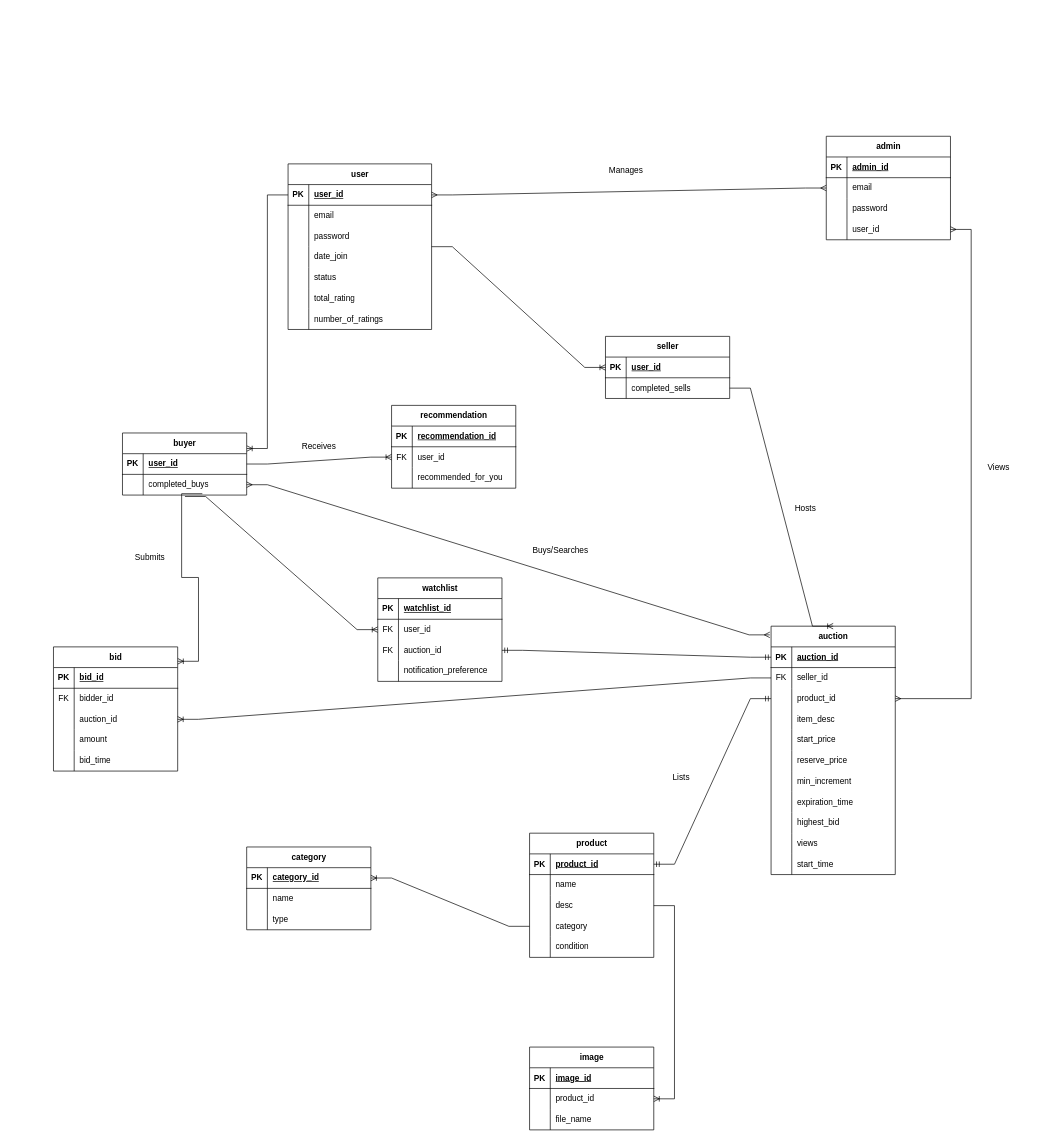
The draw.io diagram Untitled Diagram.drawio in TufayelM/auction_website, before the edit. Source tidied: cells renumbered, new cells numbered last; positions are measured from the earlier drawing's top-left corner, leaving out a move shared by most shapes. Both pictures are drawn from the tidied source at 69%, with x=0, y=0 at pixel (53, 136).
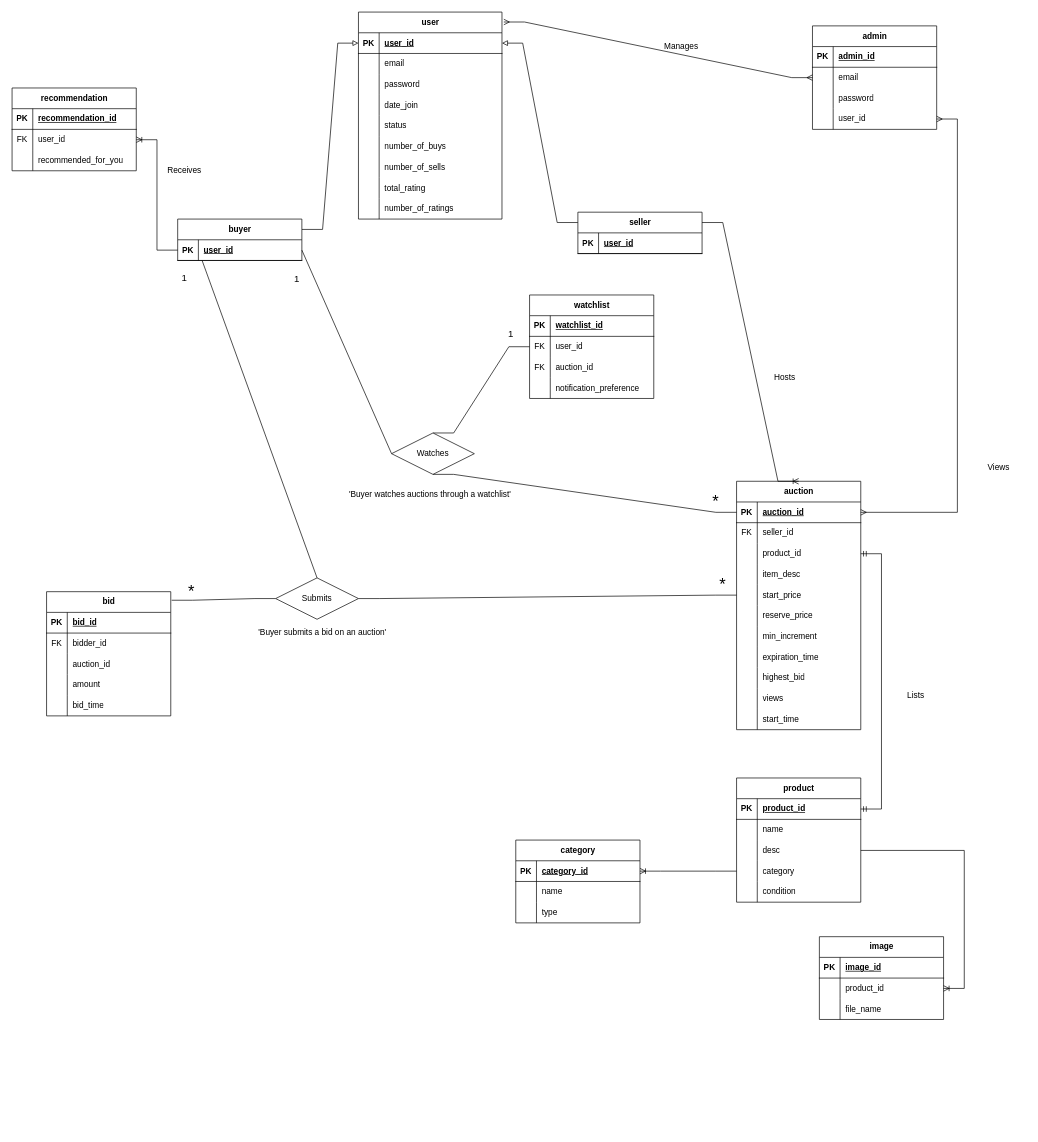
The same diagram, later.

Commit message:
Post Feedback2

The change refers to these unchanged cells:
```xml
<mxCell id="3" style="shape=tableRow;horizontal=0;startSize=0;swimlaneHead=0;swimlaneBody=0;fillColor=none;points=[[0,0.5],[1,0.5]];portConstraint=eastwest;top=0;left=0;right=0;bottom=1;" parent="2" vertex="1">
  <mxGeometry y="30" width="208" height="30" as="geometry" />
</mxCell>
<mxCell id="18" style="shape=tableRow;horizontal=0;startSize=0;swimlaneHead=0;swimlaneBody=0;fillColor=none;top=0;left=0;right=0;bottom=0;" parent="2" vertex="1">
  <mxGeometry y="180" width="208" height="30" as="geometry" />
</mxCell>
<mxCell id="31" style="shape=tableRow;horizontal=0;startSize=0;swimlaneHead=0;swimlaneBody=0;fillColor=none;points=[[0,0.5],[1,0.5]];portConstraint=eastwest;top=0;left=0;right=0;bottom=0;" parent="24" vertex="1">
  <mxGeometry y="90" width="180" height="30" as="geometry" />
</mxCell>
<mxCell id="41" style="shape=tableRow;horizontal=0;startSize=0;swimlaneHead=0;swimlaneBody=0;fillColor=none;points=[[0,0.5],[1,0.5]];portConstraint=eastwest;top=0;left=0;right=0;bottom=1;" parent="40" vertex="1">
  <mxGeometry y="30" width="180" height="30" as="geometry" />
</mxCell>
<mxCell id="44" style="shape=tableRow;horizontal=0;startSize=0;swimlaneHead=0;swimlaneBody=0;fillColor=none;points=[[0,0.5],[1,0.5]];portConstraint=eastwest;top=0;left=0;right=0;bottom=0;" parent="40" vertex="1">
  <mxGeometry y="60" width="180" height="30" as="geometry" />
</mxCell>
<mxCell id="47" style="shape=tableRow;horizontal=0;startSize=0;swimlaneHead=0;swimlaneBody=0;fillColor=none;points=[[0,0.5],[1,0.5]];portConstraint=eastwest;top=0;left=0;right=0;bottom=0;" parent="40" vertex="1">
  <mxGeometry y="90" width="180" height="30" as="geometry" />
</mxCell>
<mxCell id="53" style="shape=tableRow;horizontal=0;startSize=0;swimlaneHead=0;swimlaneBody=0;fillColor=none;points=[[0,0.5],[1,0.5]];portConstraint=eastwest;top=0;left=0;right=0;bottom=0;" parent="40" vertex="1">
  <mxGeometry y="150" width="180" height="30" as="geometry" />
</mxCell>
<mxCell id="78" style="shape=tableRow;horizontal=0;startSize=0;swimlaneHead=0;swimlaneBody=0;fillColor=none;points=[[0,0.5],[1,0.5]];portConstraint=eastwest;top=0;left=0;right=0;bottom=1;" parent="77" vertex="1">
  <mxGeometry y="30" width="180" height="30" as="geometry" />
</mxCell>
<mxCell id="109" style="shape=tableRow;horizontal=0;startSize=0;swimlaneHead=0;swimlaneBody=0;fillColor=none;points=[[0,0.5],[1,0.5]];portConstraint=eastwest;top=0;left=0;right=0;bottom=0;" parent="105" vertex="1">
  <mxGeometry y="60" width="180" height="30" as="geometry" />
</mxCell>
<mxCell id="112" style="shape=tableRow;horizontal=0;startSize=0;swimlaneHead=0;swimlaneBody=0;fillColor=none;points=[[0,0.5],[1,0.5]];portConstraint=eastwest;top=0;left=0;right=0;bottom=0;" parent="105" vertex="1">
  <mxGeometry y="90" width="180" height="30" as="geometry" />
</mxCell>
<mxCell id="124" style="shape=tableRow;horizontal=0;startSize=0;swimlaneHead=0;swimlaneBody=0;fillColor=none;points=[[0,0.5],[1,0.5]];portConstraint=eastwest;top=0;left=0;right=0;bottom=0;" parent="120" vertex="1">
  <mxGeometry y="60" width="180" height="30" as="geometry" />
</mxCell>
<mxCell id="141" style="shape=tableRow;horizontal=0;startSize=0;swimlaneHead=0;swimlaneBody=0;fillColor=none;points=[[0,0.5],[1,0.5]];portConstraint=eastwest;top=0;left=0;right=0;bottom=0;" parent="131" vertex="1">
  <mxGeometry y="120" width="180" height="30" as="geometry" />
</mxCell>
<mxCell id="153" style="shape=tableRow;horizontal=0;startSize=0;swimlaneHead=0;swimlaneBody=0;fillColor=none;points=[[0,0.5],[1,0.5]];portConstraint=eastwest;top=0;left=0;right=0;bottom=1;" parent="152" vertex="1">
  <mxGeometry y="30" width="180" height="30" as="geometry" />
</mxCell>
```

The edit, as a diff of the source:
```diff
@@
     <mxCell id="2" value="user" style="shape=table;startSize=30;childLayout=tableLayout;rowLines=0;fontStyle=1;align=center;html=1;" parent="1" vertex="1">
-      <mxGeometry x="340" y="40" width="208" height="240" as="geometry" />
+      <mxGeometry x="442" y="-180" width="208" height="300" as="geometry" />
     </mxCell>
@@
-    <mxCell id="20" value="total_rating" style="shape=partialRectangle;fillColor=none;top=0;left=0;bottom=0;right=0;align=left;spacingLeft=6;overflow=hidden;whiteSpace=wrap;html=1;" parent="18" vertex="1">
+    <mxCell id="20" value="number_of_buys" style="shape=partialRectangle;fillColor=none;top=0;left=0;bottom=0;right=0;align=left;spacingLeft=6;overflow=hidden;whiteSpace=wrap;html=1;" parent="18" vertex="1">
       <mxGeometry x="30" width="178" height="30" as="geometry" />
     </mxCell>
+    <mxCell id="181" style="shape=tableRow;horizontal=0;startSize=0;swimlaneHead=0;swimlaneBody=0;fillColor=none;top=0;left=0;right=0;bottom=0;" parent="2" vertex="1">
+      <mxGeometry y="210" width="208" height="30" as="geometry" />
+    </mxCell>
+    <mxCell id="182" style="shape=partialRectangle;fillColor=none;top=0;left=0;bottom=0;right=0;overflow=hidden;" parent="181" vertex="1">
+      <mxGeometry width="30" height="30" as="geometry" />
+    </mxCell>
+    <mxCell id="183" value="number_of_sells" style="shape=partialRectangle;fillColor=none;top=0;left=0;bottom=0;right=0;align=left;spacingLeft=6;overflow=hidden;" parent="181" vertex="1">
+      <mxGeometry x="30" width="178" height="30" as="geometry" />
+    </mxCell>
+    <mxCell id="184" style="shape=tableRow;horizontal=0;startSize=0;swimlaneHead=0;swimlaneBody=0;fillColor=none;top=0;left=0;right=0;bottom=0;" parent="2" vertex="1">
+      <mxGeometry y="240" width="208" height="30" as="geometry" />
+    </mxCell>
+    <mxCell id="185" style="shape=partialRectangle;fillColor=none;top=0;left=0;bottom=0;right=0;overflow=hidden;" parent="184" vertex="1">
+      <mxGeometry width="30" height="30" as="geometry" />
+    </mxCell>
+    <mxCell id="186" value="total_rating" style="shape=partialRectangle;fillColor=none;top=0;left=0;bottom=0;right=0;align=left;spacingLeft=6;overflow=hidden;" parent="184" vertex="1">
+      <mxGeometry x="30" width="178" height="30" as="geometry" />
+    </mxCell>
     <mxCell id="21" style="shape=tableRow;horizontal=0;startSize=0;swimlaneHead=0;swimlaneBody=0;fillColor=none;top=0;left=0;right=0;bottom=0;" parent="2" vertex="1">
-      <mxGeometry y="210" width="208" height="30" as="geometry" />
+      <mxGeometry y="270" width="208" height="30" as="geometry" />
     </mxCell>
@@
     <mxCell id="24" value="bid" style="shape=table;startSize=30;childLayout=tableLayout;rowLines=0;fontStyle=1;align=center;html=1;" parent="1" vertex="1">
-      <mxGeometry y="740" width="180" height="180" as="geometry" />
+      <mxGeometry x="-10" y="660" width="180" height="180" as="geometry" />
     </mxCell>
@@
     <mxCell id="40" value="auction" style="shape=table;startSize=30;childLayout=tableLayout;rowLines=0;fontStyle=1;align=center;html=1;" parent="1" vertex="1">
-      <mxGeometry x="1040" y="710" width="180" height="360" as="geometry" />
+      <mxGeometry x="990" y="500" width="180" height="360" as="geometry" />
     </mxCell>
@@
-    <mxCell id="74" style="edgeStyle=entityRelationEdgeStyle;fontSize=12;html=1;endArrow=ERoneToMany;rounded=0;entryX=1;entryY=0.25;entryDx=0;entryDy=0;" parent="1" edge="1" source="3" target="152">
+    <mxCell id="74" style="edgeStyle=entityRelationEdgeStyle;fontSize=12;html=1;endArrow=none;rounded=0;entryX=1;entryY=0.25;entryDx=0;entryDy=0;endFill=0;startArrow=block;startFill=0;" parent="1" edge="1" source="3" target="152">
       <mxGeometry relative="1" as="geometry" />
     </mxCell>
-    <mxCell id="75" style="edgeStyle=entityRelationEdgeStyle;fontSize=12;html=1;endArrow=ERoneToMany;rounded=0;" parent="1" edge="1" source="2" target="145">
+    <mxCell id="75" style="edgeStyle=entityRelationEdgeStyle;fontSize=12;html=1;endArrow=none;rounded=0;endFill=0;startArrow=block;startFill=0;entryX=0;entryY=0.25;entryDx=0;entryDy=0;" parent="1" edge="1" source="3" target="145">
       <mxGeometry relative="1" as="geometry" />
     </mxCell>
-    <mxCell id="76" style="edgeStyle=entityRelationEdgeStyle;fontSize=12;html=1;endArrow=ERoneToMany;rounded=0;" parent="1" edge="1" source="44" target="31">
+    <mxCell id="76" style="edgeStyle=entityRelationEdgeStyle;fontSize=12;html=1;endArrow=none;rounded=0;endFill=0;exitX=0;exitY=0.5;exitDx=0;exitDy=0;" parent="1" edge="1" source="53" target="176">
       <mxGeometry relative="1" as="geometry" />
     </mxCell>
     <mxCell id="77" value="product" style="shape=table;startSize=30;childLayout=tableLayout;rowLines=0;fontStyle=1;align=center;html=1;" parent="1" vertex="1">
-      <mxGeometry x="690" y="1010" width="180" height="180" as="geometry" />
+      <mxGeometry x="990" y="930" width="180" height="180" as="geometry" />
     </mxCell>
@@
     <mxCell id="93" value="image" style="shape=table;startSize=30;childLayout=tableLayout;rowLines=0;fontStyle=1;align=center;html=1;" parent="1" vertex="1">
-      <mxGeometry x="690" y="1320" width="180" height="120" as="geometry" />
+      <mxGeometry x="1110" y="1160" width="180" height="120" as="geometry" />
     </mxCell>
@@
-    <mxCell id="104" style="edgeStyle=entityRelationEdgeStyle;fontSize=12;html=1;endArrow=ERmandOne;startArrow=ERmandOne;rounded=0;" parent="1" edge="1" source="78" target="47">
+    <mxCell id="104" style="edgeStyle=entityRelationEdgeStyle;fontSize=12;html=1;endArrow=ERmandOne;startArrow=ERmandOne;rounded=0;entryX=1;entryY=0.5;entryDx=0;entryDy=0;exitX=1;exitY=0.5;exitDx=0;exitDy=0;" parent="1" edge="1" source="78" target="47">
       <mxGeometry relative="1" as="geometry" />
     </mxCell>
     <mxCell id="105" value="watchlist" style="shape=table;startSize=30;childLayout=tableLayout;rowLines=0;fontStyle=1;align=center;html=1;" parent="1" vertex="1">
-      <mxGeometry x="470" y="640" width="180" height="150" as="geometry" />
+      <mxGeometry x="690" y="230" width="180" height="150" as="geometry" />
     </mxCell>
@@
-    <mxCell id="118" style="edgeStyle=entityRelationEdgeStyle;fontSize=12;html=1;endArrow=ERoneToMany;rounded=0;exitX=0.503;exitY=1.069;exitDx=0;exitDy=0;exitPerimeter=0;" parent="1" edge="1" source="156" target="109">
+    <mxCell id="118" style="edgeStyle=entityRelationEdgeStyle;fontSize=12;html=1;endArrow=none;rounded=0;exitX=0.5;exitY=0;exitDx=0;exitDy=0;endFill=0;" parent="1" edge="1" source="188" target="109">
       <mxGeometry relative="1" as="geometry" />
     </mxCell>
-    <mxCell id="119" style="edgeStyle=entityRelationEdgeStyle;fontSize=12;html=1;endArrow=ERmandOne;startArrow=ERmandOne;rounded=0;" parent="1" edge="1" source="41" target="112">
+    <mxCell id="119" style="edgeStyle=entityRelationEdgeStyle;fontSize=12;html=1;endArrow=none;startArrow=none;rounded=0;entryX=0.5;entryY=1;entryDx=0;entryDy=0;startFill=0;endFill=0;" parent="1" edge="1" source="41" target="188">
       <mxGeometry relative="1" as="geometry" />
     </mxCell>
     <mxCell id="120" value="recommendation" style="shape=table;startSize=30;childLayout=tableLayout;rowLines=0;fontStyle=1;align=center;html=1;" parent="1" vertex="1">
-      <mxGeometry x="490" y="390" width="180" height="120" as="geometry" />
+      <mxGeometry x="-60" y="-70" width="180" height="120" as="geometry" />
     </mxCell>
@@
-    <mxCell id="130" style="edgeStyle=entityRelationEdgeStyle;fontSize=12;html=1;endArrow=ERoneToMany;rounded=0;entryX=0;entryY=0.5;entryDx=0;entryDy=0;" parent="1" edge="1" source="153" target="124">
+    <mxCell id="130" style="edgeStyle=entityRelationEdgeStyle;fontSize=12;html=1;endArrow=ERoneToMany;rounded=0;" parent="1" edge="1" source="153" target="124">
       <mxGeometry relative="1" as="geometry" />
     </mxCell>
     <mxCell id="131" value="admin" style="shape=table;startSize=30;childLayout=tableLayout;rowLines=0;fontStyle=1;align=center;html=1;" parent="1" vertex="1">
-      <mxGeometry x="1120" width="180" height="150" as="geometry" />
+      <mxGeometry x="1100" y="-160" width="180" height="150" as="geometry" />
     </mxCell>
@@
-    <mxCell id="144" style="edgeStyle=entityRelationEdgeStyle;fontSize=12;html=1;endArrow=ERmany;startArrow=ERmany;rounded=0;" parent="1" edge="1" source="3" target="131">
+    <mxCell id="144" style="edgeStyle=entityRelationEdgeStyle;fontSize=12;html=1;endArrow=ERmany;startArrow=ERmany;rounded=0;exitX=1.013;exitY=0.048;exitDx=0;exitDy=0;exitPerimeter=0;" parent="1" edge="1" source="2" target="131">
       <mxGeometry relative="1" as="geometry" />
     </mxCell>
     <mxCell id="145" value="seller" style="shape=table;startSize=30;childLayout=tableLayout;rowLines=0;fontStyle=1;align=center;html=1;" parent="1" vertex="1">
-      <mxGeometry x="800" y="290" width="180" height="90" as="geometry" />
+      <mxGeometry x="760" y="110" width="180" height="60" as="geometry" />
     </mxCell>
@@
-    <mxCell id="149" style="shape=tableRow;horizontal=0;startSize=0;swimlaneHead=0;swimlaneBody=0;fillColor=none;points=[[0,0.5],[1,0.5]];portConstraint=eastwest;top=0;left=0;right=0;bottom=0;" parent="145" vertex="1">
-      <mxGeometry y="60" width="180" height="30" as="geometry" />
-    </mxCell>
-    <mxCell id="150" style="shape=partialRectangle;fillColor=none;top=0;left=0;bottom=0;right=0;overflow=hidden;whiteSpace=wrap;html=1;" parent="149" vertex="1">
-      <mxGeometry width="30" height="30" as="geometry" />
-    </mxCell>
-    <mxCell id="151" value="completed_sells" style="shape=partialRectangle;fillColor=none;top=0;left=0;bottom=0;right=0;align=left;spacingLeft=6;overflow=hidden;whiteSpace=wrap;html=1;" parent="149" vertex="1">
-      <mxGeometry x="30" width="150" height="30" as="geometry" />
-    </mxCell>
     <mxCell id="152" value="buyer" style="shape=table;startSize=30;childLayout=tableLayout;rowLines=0;fontStyle=1;align=center;html=1;" parent="1" vertex="1">
-      <mxGeometry x="100" y="430" width="180" height="90" as="geometry" />
+      <mxGeometry x="180" y="120" width="180" height="60" as="geometry" />
     </mxCell>
@@
-    <mxCell id="156" style="shape=tableRow;horizontal=0;startSize=0;swimlaneHead=0;swimlaneBody=0;fillColor=none;points=[[0,0.5],[1,0.5]];portConstraint=eastwest;top=0;left=0;right=0;bottom=0;" parent="152" vertex="1">
-      <mxGeometry y="60" width="180" height="30" as="geometry" />
-    </mxCell>
-    <mxCell id="157" style="shape=partialRectangle;fillColor=none;top=0;left=0;bottom=0;right=0;overflow=hidden;whiteSpace=wrap;html=1;" parent="156" vertex="1">
-      <mxGeometry width="30" height="30" as="geometry" />
-    </mxCell>
-    <mxCell id="158" value="completed_buys" style="shape=partialRectangle;fillColor=none;top=0;left=0;bottom=0;right=0;align=left;spacingLeft=6;overflow=hidden;whiteSpace=wrap;html=1;" parent="156" vertex="1">
-      <mxGeometry x="30" width="150" height="30" as="geometry" />
-    </mxCell>
-    <mxCell id="159" style="edgeStyle=entityRelationEdgeStyle;fontSize=12;html=1;endArrow=ERoneToMany;rounded=0;entryX=0.5;entryY=0;entryDx=0;entryDy=0;exitX=1;exitY=0.5;exitDx=0;exitDy=0;" parent="1" edge="1" source="149" target="40">
+    <mxCell id="159" style="edgeStyle=entityRelationEdgeStyle;fontSize=12;html=1;endArrow=ERoneToMany;rounded=0;entryX=0.5;entryY=0;entryDx=0;entryDy=0;exitX=1;exitY=0.25;exitDx=0;exitDy=0;" parent="1" edge="1" source="145" target="40">
       <mxGeometry relative="1" as="geometry" />
     </mxCell>
-    <mxCell id="160" style="edgeStyle=entityRelationEdgeStyle;fontSize=12;html=1;endArrow=ERmany;startArrow=ERmany;rounded=0;" parent="1" edge="1" source="47" target="141">
+    <mxCell id="160" style="edgeStyle=entityRelationEdgeStyle;fontSize=12;html=1;endArrow=ERmany;startArrow=ERmany;rounded=0;" parent="1" edge="1" source="41" target="141">
       <mxGeometry relative="1" as="geometry" />
     </mxCell>
     <mxCell id="161" value="category" style="shape=table;startSize=30;childLayout=tableLayout;rowLines=0;fontStyle=1;align=center;html=1;" parent="1" vertex="1">
-      <mxGeometry x="280" y="1030" width="180" height="120" as="geometry" />
+      <mxGeometry x="670" y="1020" width="180" height="120" as="geometry" />
     </mxCell>
@@
     <mxCell id="172" value="Manages" style="text;strokeColor=none;align=center;fillColor=none;html=1;verticalAlign=middle;whiteSpace=wrap;rounded=0;" parent="1" vertex="1">
-      <mxGeometry x="790" y="30" width="80" height="40" as="geometry" />
+      <mxGeometry x="870" y="-150" width="80" height="40" as="geometry" />
     </mxCell>
     <mxCell id="173" value="Hosts" style="text;strokeColor=none;align=center;fillColor=none;html=1;verticalAlign=middle;whiteSpace=wrap;rounded=0;" parent="1" vertex="1">
-      <mxGeometry x="1050" y="520" width="80" height="40" as="geometry" />
+      <mxGeometry x="1020" y="330" width="80" height="40" as="geometry" />
     </mxCell>
@@
     <mxCell id="175" value="Receives" style="text;strokeColor=none;align=center;fillColor=none;html=1;verticalAlign=middle;whiteSpace=wrap;rounded=0;" parent="1" vertex="1">
-      <mxGeometry x="345" y="430" width="80" height="40" as="geometry" />
+      <mxGeometry x="150" y="30" width="80" height="40" as="geometry" />
     </mxCell>
+    <mxCell id="177" value="Lists" style="text;strokeColor=none;align=center;fillColor=none;html=1;verticalAlign=middle;whiteSpace=wrap;rounded=0;" parent="1" vertex="1">
+      <mxGeometry x="1210" y="790" width="80" height="40" as="geometry" />
+    </mxCell>
+    <mxCell id="180" style="edgeStyle=entityRelationEdgeStyle;fontSize=12;html=1;endArrow=none;rounded=0;endFill=0;startArrow=none;startFill=0;exitX=1.007;exitY=0.069;exitDx=0;exitDy=0;exitPerimeter=0;entryX=0;entryY=0.5;entryDx=0;entryDy=0;" parent="1" edge="1" source="24" target="176">
+      <mxGeometry relative="1" as="geometry" />
+    </mxCell>
-    <mxCell id="176" value="Submits" style="text;strokeColor=none;align=center;fillColor=none;html=1;verticalAlign=middle;whiteSpace=wrap;rounded=0;" parent="1" vertex="1">
-      <mxGeometry x="100" y="590" width="80" height="40" as="geometry" />
+    <mxCell id="176" value="Submits" style="shape=rhombus;perimeter=rhombusPerimeter;whiteSpace=wrap;html=1;align=center;" parent="1" vertex="1">
+      <mxGeometry x="322" y="640" width="120" height="60" as="geometry" />
     </mxCell>
-    <mxCell id="177" value="Lists" style="text;strokeColor=none;align=center;fillColor=none;html=1;verticalAlign=middle;whiteSpace=wrap;rounded=0;" parent="1" vertex="1">
-      <mxGeometry x="870" y="910" width="80" height="40" as="geometry" />
-    </mxCell>
-    <mxCell id="178" style="edgeStyle=entityRelationEdgeStyle;fontSize=12;html=1;endArrow=ERmany;startArrow=ERmany;rounded=0;entryX=-0.01;entryY=0.035;entryDx=0;entryDy=0;entryPerimeter=0;exitX=1;exitY=0.5;exitDx=0;exitDy=0;" parent="1" edge="1" source="156" target="40">
-      <mxGeometry relative="1" as="geometry" />
-    </mxCell>
-    <mxCell id="179" value="Buys/Searches" style="text;strokeColor=none;align=center;fillColor=none;html=1;verticalAlign=middle;whiteSpace=wrap;rounded=0;" parent="1" vertex="1">
-      <mxGeometry x="680" y="580" width="110" height="40" as="geometry" />
-    </mxCell>
-    <mxCell id="180" style="edgeStyle=entityRelationEdgeStyle;fontSize=12;html=1;endArrow=none;rounded=0;endFill=0;startArrow=ERoneToMany;startFill=0;exitX=1.001;exitY=0.116;exitDx=0;exitDy=0;exitPerimeter=0;entryX=0.643;entryY=0.933;entryDx=0;entryDy=0;entryPerimeter=0;" parent="1" edge="1" source="24" target="156">
-      <mxGeometry relative="1" as="geometry" />
-    </mxCell>
+    <mxCell id="187" style="endArrow=none;html=1;rounded=0;exitX=0.196;exitY=0.989;exitDx=0;exitDy=0;entryX=0.5;entryY=0;entryDx=0;entryDy=0;exitPerimeter=0;" parent="1" edge="1" source="153" target="176">
+      <mxGeometry relative="1" as="geometry" />
+    </mxCell>
+    <mxCell id="188" value="Watches" style="shape=rhombus;perimeter=rhombusPerimeter;whiteSpace=wrap;html=1;align=center;" parent="1" vertex="1">
+      <mxGeometry x="490" y="430" width="120" height="60" as="geometry" />
+    </mxCell>
+    <mxCell id="189" style="endArrow=none;html=1;rounded=0;exitX=1;exitY=0.5;exitDx=0;exitDy=0;entryX=0;entryY=0.5;entryDx=0;entryDy=0;" parent="1" edge="1" source="153" target="188">
+      <mxGeometry relative="1" as="geometry" />
+    </mxCell>
+    <mxCell id="190" value="'Buyer submits a bid on an auction'" style="text;strokeColor=none;align=center;fillColor=none;html=1;verticalAlign=middle;whiteSpace=wrap;rounded=0;" parent="1" vertex="1">
+      <mxGeometry x="270" y="700" width="240" height="40" as="geometry" />
+    </mxCell>
+    <mxCell id="191" value="'Buyer watches auctions through a watchlist'" style="text;strokeColor=none;align=center;fillColor=none;html=1;verticalAlign=middle;whiteSpace=wrap;rounded=0;" parent="1" vertex="1">
+      <mxGeometry x="426" y="500" width="240" height="40" as="geometry" />
+    </mxCell>
+    <mxCell id="192" value="&lt;font style=&quot;font-size: 24px;&quot;&gt;*&lt;/font&gt;" style="text;strokeColor=none;align=center;fillColor=none;html=1;verticalAlign=middle;whiteSpace=wrap;rounded=0;" parent="1" vertex="1">
+      <mxGeometry x="160" y="640" width="80" height="40" as="geometry" />
+    </mxCell>
+    <mxCell id="193" value="&lt;font style=&quot;font-size: 24px;&quot;&gt;*&lt;/font&gt;" style="text;strokeColor=none;align=center;fillColor=none;html=1;verticalAlign=middle;whiteSpace=wrap;rounded=0;" parent="1" vertex="1">
+      <mxGeometry x="930" y="630" width="80" height="40" as="geometry" />
+    </mxCell>
+    <mxCell id="194" value="&lt;font style=&quot;font-size: 24px;&quot;&gt;*&lt;/font&gt;" style="text;strokeColor=none;align=center;fillColor=none;html=1;verticalAlign=middle;whiteSpace=wrap;rounded=0;" parent="1" vertex="1">
+      <mxGeometry x="920" y="510" width="80" height="40" as="geometry" />
+    </mxCell>
+    <mxCell id="195" value="&lt;font style=&quot;font-size: 14px;&quot;&gt;1&lt;/font&gt;" style="text;strokeColor=none;align=center;fillColor=none;html=1;verticalAlign=middle;whiteSpace=wrap;rounded=0;" parent="1" vertex="1">
+      <mxGeometry x="623" y="267" width="80" height="40" as="geometry" />
+    </mxCell>
+    <mxCell id="196" value="&lt;font style=&quot;font-size: 14px;&quot;&gt;1&lt;/font&gt;" style="text;strokeColor=none;align=center;fillColor=none;html=1;verticalAlign=middle;whiteSpace=wrap;rounded=0;" parent="1" vertex="1">
+      <mxGeometry x="313" y="187" width="80" height="40" as="geometry" />
+    </mxCell>
+    <mxCell id="197" value="&lt;font style=&quot;font-size: 14px;&quot;&gt;1&lt;/font&gt;" style="text;strokeColor=none;align=center;fillColor=none;html=1;verticalAlign=middle;whiteSpace=wrap;rounded=0;" parent="1" vertex="1">
+      <mxGeometry x="150" y="185" width="80" height="40" as="geometry" />
+    </mxCell>
```
